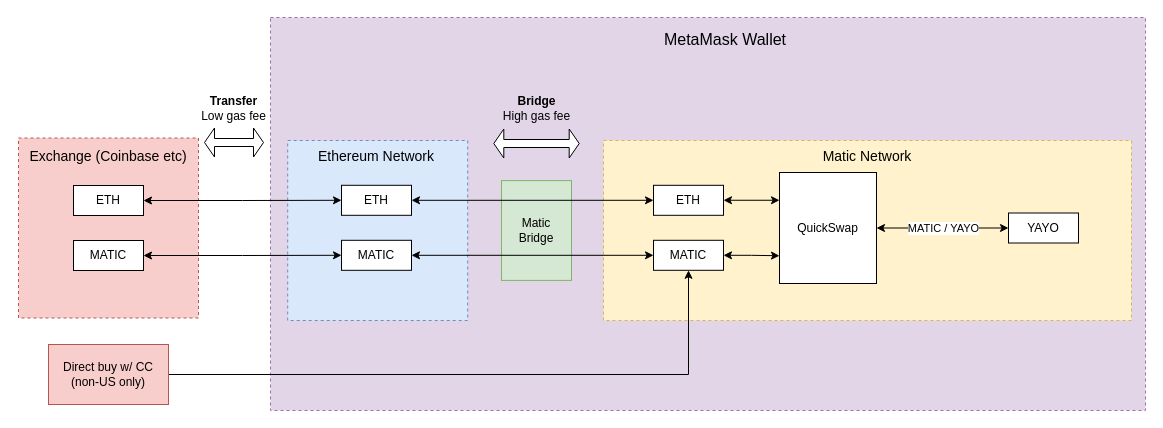
YayoCorp/yayo-misc keeps this draw.io diagram as flow.drawio. Above is the earlier version. Source tidied: cells renumbered, new cells numbered last; positions are measured from the earlier drawing's top-left corner, leaving out a move shared by most shapes. Both pictures are drawn from the tidied source at 100%, with x=0, y=0 at pixel (17, 17).
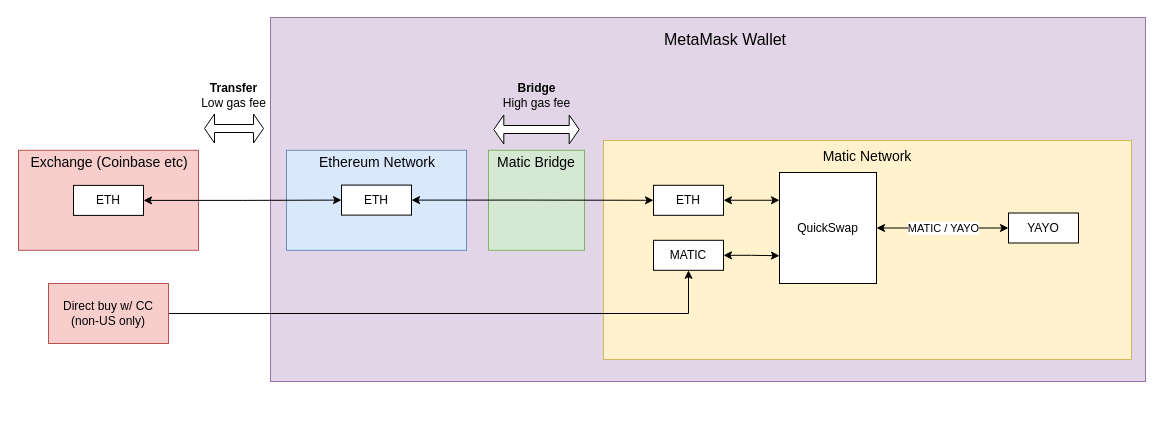
The same diagram, later.

Commit message (it also covers changes not shown here):
update flowchart to only recommend buying via eth

The change refers to these unchanged cells:
```xml
<mxCell id="15" value="MATIC" style="rounded=0;whiteSpace=wrap;html=1;" parent="1" vertex="1">
  <mxGeometry x="636" y="222.8" width="70" height="30" as="geometry" />
</mxCell>
```

The edit, as a diff of the source:
```diff
@@
-    <mxCell id="2" style="rounded=0;whiteSpace=wrap;html=1;dashed=1;fillColor=#f8cecc;strokeColor=#b85450;" parent="1" vertex="1">
-      <mxGeometry x="1" y="120.5" width="180" height="180" as="geometry" />
+    <mxCell id="2" style="rounded=0;whiteSpace=wrap;html=1;fillColor=#f8cecc;strokeColor=#b85450;" parent="1" vertex="1">
+      <mxGeometry x="1" y="132.8" width="180" height="100" as="geometry" />
     </mxCell>
-    <mxCell id="3" style="rounded=0;whiteSpace=wrap;html=1;dashed=1;fillColor=#e1d5e7;strokeColor=#9673a6;" parent="1" vertex="1">
-      <mxGeometry x="253" width="875" height="393" as="geometry" />
+    <mxCell id="3" style="rounded=0;whiteSpace=wrap;html=1;fillColor=#e1d5e7;strokeColor=#9673a6;" parent="1" vertex="1">
+      <mxGeometry x="253" width="875" height="364" as="geometry" />
     </mxCell>
-    <mxCell id="4" value="Matic&lt;br&gt;Bridge" style="rounded=0;whiteSpace=wrap;html=1;fillColor=#d5e8d4;strokeColor=#82b366;" parent="1" vertex="1">
-      <mxGeometry x="484" y="163.1" width="70" height="99.8" as="geometry" />
+    <mxCell id="4" style="rounded=0;whiteSpace=wrap;html=1;fillColor=#d5e8d4;strokeColor=#82b366;" parent="1" vertex="1">
+      <mxGeometry x="471" y="132.8" width="96" height="100" as="geometry" />
     </mxCell>
-    <mxCell id="5" style="rounded=0;whiteSpace=wrap;html=1;dashed=1;fillColor=#fff2cc;strokeColor=#d6b656;" parent="1" vertex="1">
-      <mxGeometry x="586" y="123" width="528" height="180" as="geometry" />
+    <mxCell id="5" style="rounded=0;whiteSpace=wrap;html=1;fillColor=#fff2cc;strokeColor=#d6b656;" parent="1" vertex="1">
+      <mxGeometry x="586" y="123" width="528" height="219" as="geometry" />
     </mxCell>
-    <mxCell id="6" style="rounded=0;whiteSpace=wrap;html=1;dashed=1;fillColor=#dae8fc;strokeColor=#6c8ebf;" parent="1" vertex="1">
-      <mxGeometry x="270.2" y="123" width="180" height="180" as="geometry" />
+    <mxCell id="6" style="rounded=0;whiteSpace=wrap;html=1;fillColor=#dae8fc;strokeColor=#6c8ebf;" parent="1" vertex="1">
+      <mxGeometry x="269" y="132.8" width="180" height="100" as="geometry" />
     </mxCell>
@@
     <mxCell id="9" value="ETH" style="rounded=0;whiteSpace=wrap;html=1;" parent="1" vertex="1">
-      <mxGeometry x="324" y="167.8" width="70" height="30" as="geometry" />
+      <mxGeometry x="324" y="167.6" width="70" height="30" as="geometry" />
     </mxCell>
-    <mxCell id="10" style="edgeStyle=orthogonalEdgeStyle;rounded=0;jettySize=auto;html=1;exitX=1;exitY=0.5;exitDx=0;exitDy=0;entryX=0;entryY=0.5;entryDx=0;entryDy=0;startArrow=classic;startFill=1;" parent="1" edge="1" source="11" target="15">
-      <mxGeometry relative="1" as="geometry" />
-    </mxCell>
-    <mxCell id="11" value="MATIC" style="rounded=0;whiteSpace=wrap;html=1;" parent="1" vertex="1">
-      <mxGeometry x="324" y="222.8" width="70" height="30" as="geometry" />
-    </mxCell>
@@
     <mxCell id="17" value="&lt;font style=&quot;font-size: 14px&quot;&gt;Ethereum Network&lt;/font&gt;" style="text;html=1;strokeColor=none;fillColor=none;align=center;verticalAlign=middle;whiteSpace=wrap;rounded=0;" parent="1" vertex="1">
-      <mxGeometry x="288" y="129" width="142" height="20" as="geometry" />
+      <mxGeometry x="289" y="135" width="142" height="20" as="geometry" />
     </mxCell>
@@
     <mxCell id="19" value="&lt;b&gt;Transfer&lt;/b&gt;&lt;br&gt;Low gas fee" style="text;html=1;strokeColor=none;fillColor=none;align=center;verticalAlign=middle;whiteSpace=wrap;rounded=0;" parent="1" vertex="1">
-      <mxGeometry x="151" y="81" width="131" height="20" as="geometry" />
+      <mxGeometry x="151" y="68" width="131" height="20" as="geometry" />
     </mxCell>
     <mxCell id="20" style="shape=flexArrow;endArrow=classic;html=1;startArrow=block;fillColor=#ffffff;width=8;rounded=1;endSize=3;startSize=3;" parent="1" edge="1">
       <mxGeometry relative="1" as="geometry">
-        <mxPoint x="186.5" y="125" as="sourcePoint" />
-        <mxPoint x="246.5" y="125" as="targetPoint" />
+        <mxPoint x="186.5" y="111" as="sourcePoint" />
+        <mxPoint x="246.5" y="111" as="targetPoint" />
       </mxGeometry>
     </mxCell>
     <mxCell id="21" value="&lt;b&gt;Bridge&lt;/b&gt;&lt;br&gt;High gas fee" style="text;html=1;strokeColor=none;fillColor=none;align=center;verticalAlign=middle;whiteSpace=wrap;rounded=0;" parent="1" vertex="1">
-      <mxGeometry x="460.5" y="81" width="117" height="20" as="geometry" />
+      <mxGeometry x="460.5" y="68" width="117" height="20" as="geometry" />
     </mxCell>
@@
     <mxCell id="23" value="Direct buy w/ CC&lt;br&gt;(non-US only)" style="rounded=0;whiteSpace=wrap;html=1;fillColor=#f8cecc;strokeColor=#b85450;" parent="1" vertex="1">
-      <mxGeometry x="31" y="327" width="120" height="60" as="geometry" />
+      <mxGeometry x="31" y="266" width="120" height="60" as="geometry" />
     </mxCell>
@@
     <mxCell id="29" value="ETH" style="rounded=0;whiteSpace=wrap;html=1;" parent="1" vertex="1">
-      <mxGeometry x="56" y="168" width="70" height="30" as="geometry" />
+      <mxGeometry x="56" y="167.9" width="70" height="30" as="geometry" />
     </mxCell>
-    <mxCell id="30" style="edgeStyle=orthogonalEdgeStyle;rounded=0;jettySize=auto;html=1;exitX=1;exitY=0.5;exitDx=0;exitDy=0;entryX=0;entryY=0.5;entryDx=0;entryDy=0;startArrow=classic;startFill=1;" parent="1" edge="1" source="31" target="11">
-      <mxGeometry relative="1" as="geometry" />
-    </mxCell>
-    <mxCell id="31" value="MATIC" style="rounded=0;whiteSpace=wrap;html=1;" parent="1" vertex="1">
-      <mxGeometry x="56" y="223" width="70" height="30" as="geometry" />
-    </mxCell>
     <mxCell id="32" value="Exchange (Coinbase etc)" style="text;html=1;strokeColor=none;fillColor=none;align=center;verticalAlign=middle;whiteSpace=wrap;rounded=0;fontSize=14;" parent="1" vertex="1">
-      <mxGeometry y="129" width="182" height="20" as="geometry" />
+      <mxGeometry x="1" y="135" width="182" height="20" as="geometry" />
     </mxCell>
@@
     <mxCell id="34" style="shape=flexArrow;endArrow=classic;html=1;startArrow=block;fillColor=#ffffff;width=8;rounded=1;endSize=3;startSize=3;" parent="1" edge="1">
       <mxGeometry relative="1" as="geometry">
-        <mxPoint x="475.8" y="126" as="sourcePoint" />
-        <mxPoint x="562.2" y="126" as="targetPoint" />
+        <mxPoint x="475.8" y="112" as="sourcePoint" />
+        <mxPoint x="562.2" y="112" as="targetPoint" />
       </mxGeometry>
     </mxCell>
+    <mxCell id="35" value="&lt;font style=&quot;font-size: 14px&quot;&gt;Matic Bridge&lt;br&gt;&lt;/font&gt;" style="text;html=1;strokeColor=none;fillColor=none;align=center;verticalAlign=middle;whiteSpace=wrap;rounded=0;" parent="1" vertex="1">
+      <mxGeometry x="448" y="135" width="142" height="20" as="geometry" />
+    </mxCell>
```
